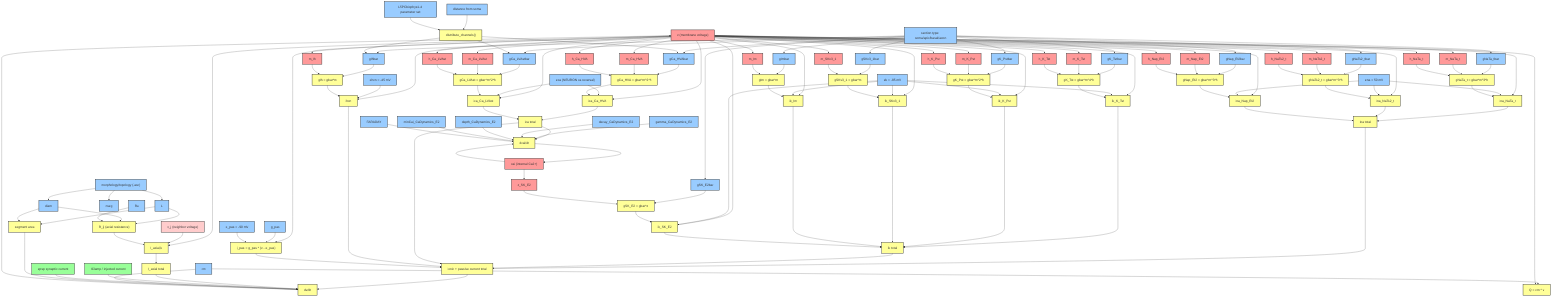
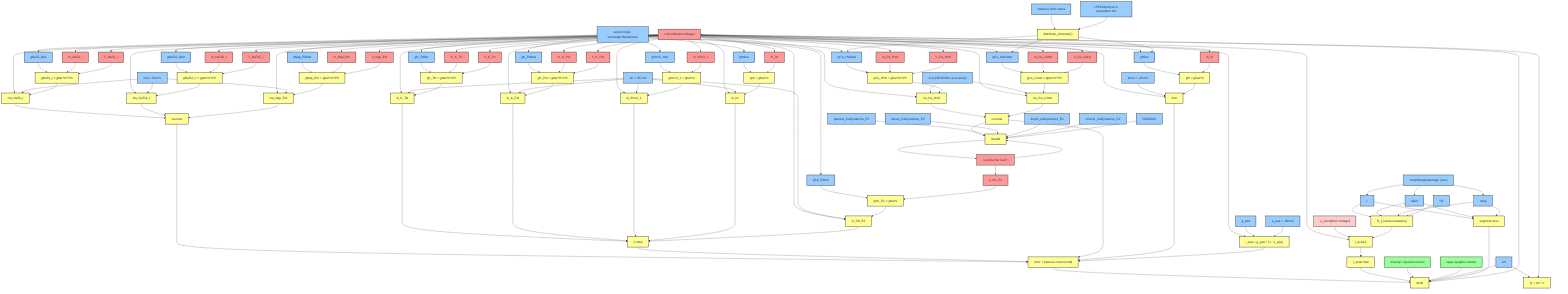
graph TD
    %% Hay et al. 2011 - grafo computazionale compatto, a livello di meccanismi.
    %% Convenzione colori come nel primo grafo:
    %% rosso = variabili di stato, rosa = stato vicino, azzurro = parametri,
    %% giallo = derivate/intermedie, verde = input.

    %% Core state variables
    V["v (membrane voltage)"]:::state
    cai["cai (internal Ca2+)"]:::state

    %% Morphology and cable coupling
    morphology["morphology/topology (.asc)"]:::param
    L["L"]:::param
    diam["diam"]:::param
    nseg["nseg"]:::param
    Ra["Ra"]:::param
    cm["cm"]:::param
    area["segment area"]:::derived
    Rij["R_ij (axial resistance)"]:::derived
    Vj["v_j (neighbor voltage)"]:::state_other
    Iax_k["I_axial,k"]:::derived
    Iax["I_axial total"]:::derived

    morphology --> L
    morphology --> diam
    morphology --> nseg
    L --> area
    diam --> area
+     nseg --> area
    L --> Rij
    diam --> Rij
+     nseg --> Rij
    Ra --> Rij
    V --> Iax_k
    Vj --> Iax_k
    Rij --> Iax_k
    Iax_k --> Iax

    %% Ion reversal potentials and fixed reversal parameters
    ena["ena = 50 mV"]:::param
    ek["ek = -85 mV"]:::param
    eca["eca (NEURON ca reversal)"]:::param
    ehcn["ehcn = -45 mV"]:::param
    e_pas["e_pas = -90 mV"]:::param

    %% Passive current
    g_pas["g_pas"]:::param
    I_pas["i_pas = g_pas * (v - e_pas)"]:::derived
    V --> I_pas
    g_pas --> I_pas
    e_pas --> I_pas

    %% Sodium mechanisms
    gbar_NaTa["gNaTa_tbar"]:::param
    gbar_NaTs2["gNaTs2_tbar"]:::param
    gbar_Nap["gNap_Et2bar"]:::param
    m_NaTa["m_NaTa_t"]:::state
    h_NaTa["h_NaTa_t"]:::state
    m_NaTs2["m_NaTs2_t"]:::state
    h_NaTs2["h_NaTs2_t"]:::state
    m_Nap["m_Nap_Et2"]:::state
    h_Nap["h_Nap_Et2"]:::state
    g_NaTa["gNaTa_t = gbar*m^3*h"]:::derived
    g_NaTs2["gNaTs2_t = gbar*m^3*h"]:::derived
    g_Nap["gNap_Et2 = gbar*m^3*h"]:::derived
    I_NaTa["ina_NaTa_t"]:::derived
    I_NaTs2["ina_NaTs2_t"]:::derived
    I_Nap["ina_Nap_Et2"]:::derived
    I_Na_total["ina total"]:::derived

    V --> m_NaTa
    V --> h_NaTa
    V --> m_NaTs2
    V --> h_NaTs2
    V --> m_Nap
    V --> h_Nap
    gbar_NaTa --> g_NaTa
    m_NaTa --> g_NaTa
    h_NaTa --> g_NaTa
    gbar_NaTs2 --> g_NaTs2
    m_NaTs2 --> g_NaTs2
    h_NaTs2 --> g_NaTs2
    gbar_Nap --> g_Nap
    m_Nap --> g_Nap
    h_Nap --> g_Nap
    V --> I_NaTa
    ena --> I_NaTa
    g_NaTa --> I_NaTa
    V --> I_NaTs2
    ena --> I_NaTs2
    g_NaTs2 --> I_NaTs2
    V --> I_Nap
    ena --> I_Nap
    g_Nap --> I_Nap
    I_NaTa --> I_Na_total
    I_NaTs2 --> I_Na_total
    I_Nap --> I_Na_total

    %% Potassium voltage-gated and calcium-gated mechanisms
    gbar_KT["gK_Tstbar"]:::param
    gbar_KP["gK_Pstbar"]:::param
    gbar_SKv["gSKv3_1bar"]:::param
    gbar_Im["gImbar"]:::param
    gbar_SKE2["gSK_E2bar"]:::param
    m_KT["m_K_Tst"]:::state
    h_KT["h_K_Tst"]:::state
    m_KP["m_K_Pst"]:::state
    h_KP["h_K_Pst"]:::state
    m_SKv["m_SKv3_1"]:::state
    m_Im["m_Im"]:::state
    z_SKE2["z_SK_E2"]:::state
    g_KT["gK_Tst = gbar*m^4*h"]:::derived
    g_KP["gK_Pst = gbar*m^2*h"]:::derived
    g_SKv["gSKv3_1 = gbar*m"]:::derived
    g_Im["gIm = gbar*m"]:::derived
    g_SKE2["gSK_E2 = gbar*z"]:::derived
    I_KT["ik_K_Tst"]:::derived
    I_KP["ik_K_Pst"]:::derived
    I_SKv["ik_SKv3_1"]:::derived
    I_Im["ik_Im"]:::derived
    I_SKE2["ik_SK_E2"]:::derived
    I_K_total["ik total"]:::derived

    V --> m_KT
    V --> h_KT
    V --> m_KP
    V --> h_KP
    V --> m_SKv
    V --> m_Im
    cai --> z_SKE2
    gbar_KT --> g_KT
    m_KT --> g_KT
    h_KT --> g_KT
    gbar_KP --> g_KP
    m_KP --> g_KP
    h_KP --> g_KP
    gbar_SKv --> g_SKv
    m_SKv --> g_SKv
    gbar_Im --> g_Im
    m_Im --> g_Im
    gbar_SKE2 --> g_SKE2
    z_SKE2 --> g_SKE2
    V --> I_KT
    ek --> I_KT
    g_KT --> I_KT
    V --> I_KP
    ek --> I_KP
    g_KP --> I_KP
    V --> I_SKv
    ek --> I_SKv
    g_SKv --> I_SKv
    V --> I_Im
    ek --> I_Im
    g_Im --> I_Im
    V --> I_SKE2
    ek --> I_SKE2
    g_SKE2 --> I_SKE2
    I_KT --> I_K_total
    I_KP --> I_K_total
    I_SKv --> I_K_total
    I_Im --> I_K_total
    I_SKE2 --> I_K_total

    %% Calcium mechanisms and calcium dynamics
    gbar_CaHVA["gCa_HVAbar"]:::param
    gbar_CaLVA["gCa_LVAstbar"]:::param
    m_CaHVA["m_Ca_HVA"]:::state
    h_CaHVA["h_Ca_HVA"]:::state
    m_CaLVA["m_Ca_LVAst"]:::state
    h_CaLVA["h_Ca_LVAst"]:::state
    g_CaHVA["gCa_HVA = gbar*m^2*h"]:::derived
    g_CaLVA["gCa_LVAst = gbar*m^2*h"]:::derived
    I_CaHVA["ica_Ca_HVA"]:::derived
    I_CaLVA["ica_Ca_LVAst"]:::derived
    ica_total["ica total"]:::derived
    gamma["gamma_CaDynamics_E2"]:::param
    decay["decay_CaDynamics_E2"]:::param
    depth["depth_CaDynamics_E2"]:::param
    minCai["minCai_CaDynamics_E2"]:::param
    faraday["FARADAY"]:::param
    dcai_dt["dcai/dt"]:::derived

    V --> m_CaHVA
    V --> h_CaHVA
    V --> m_CaLVA
    V --> h_CaLVA
    gbar_CaHVA --> g_CaHVA
    m_CaHVA --> g_CaHVA
    h_CaHVA --> g_CaHVA
    gbar_CaLVA --> g_CaLVA
    m_CaLVA --> g_CaLVA
    h_CaLVA --> g_CaLVA
    V --> I_CaHVA
    eca --> I_CaHVA
    g_CaHVA --> I_CaHVA
    V --> I_CaLVA
    eca --> I_CaLVA
    g_CaLVA --> I_CaLVA
    I_CaHVA --> ica_total
    I_CaLVA --> ica_total
    ica_total --> dcai_dt
    cai --> dcai_dt
    gamma --> dcai_dt
    decay --> dcai_dt
    depth --> dcai_dt
    minCai --> dcai_dt
    faraday --> dcai_dt
    dcai_dt --> cai

    %% Ih mechanism
    gbar_Ih["gIhbar"]:::param
    m_Ih["m_Ih"]:::state
    g_Ih["gIh = gbar*m"]:::derived
    I_Ih["ihcn"]:::derived

    V --> m_Ih
    gbar_Ih --> g_Ih
    m_Ih --> g_Ih
    V --> I_Ih
    ehcn --> I_Ih
    g_Ih --> I_Ih

    %% External inputs and final voltage update
    IClamp["IClamp / injected current"]:::input
    epsp["epsp synaptic current"]:::input
    I_membrane["ionic + passive current total"]:::derived
    dVdt["dv/dt"]:::derived
    Q["Q = cm * v"]:::derived

    I_Na_total --> I_membrane
    I_K_total --> I_membrane
    ica_total --> I_membrane
    I_Ih --> I_membrane
    I_pas --> I_membrane
    I_membrane --> dVdt
    Iax --> dVdt
    IClamp --> dVdt
    epsp --> dVdt
    cm --> dVdt
    area --> dVdt
    dVdt --> V
    cm --> Q
    V --> Q

    %% Spatial distribution of mechanisms
    section_type["section type: soma/apic/basal/axon"]:::param
    distance_soma["distance from soma"]:::param
    distribution_rule["distribute_channels()"]:::derived
    model_set["L5PCbiophys1-4 parameter set"]:::param

    section_type --> gbar_NaTa
    section_type --> gbar_NaTs2
    section_type --> gbar_Nap
    section_type --> gbar_KT
    section_type --> gbar_KP
    section_type --> gbar_SKv
    section_type --> gbar_Im
    section_type --> gbar_SKE2
    section_type --> gbar_CaHVA
    section_type --> gbar_CaLVA
    section_type --> gbar_Ih
    distance_soma --> distribution_rule
    model_set --> distribution_rule
    distribution_rule --> gbar_Ih
    distribution_rule --> gbar_CaHVA
    distribution_rule --> gbar_CaLVA

    classDef state fill:#ff9999,stroke:#333,stroke-width:2px
    classDef state_other fill:#ffcccc,stroke:#333,stroke-width:2px
    classDef param fill:#99ccff,stroke:#333,stroke-width:2px
    classDef derived fill:#ffff99,stroke:#333,stroke-width:2px
    classDef input fill:#99ff99,stroke:#333,stroke-width:2px

    class V,cai,m_NaTa,h_NaTa,m_NaTs2,h_NaTs2,m_Nap,h_Nap,m_KT,h_KT,m_KP,h_KP,m_SKv,m_Im,z_SKE2,m_CaHVA,h_CaHVA,m_CaLVA,h_CaLVA,m_Ih state
    class Vj state_other
    class morphology,L,diam,nseg,Ra,cm,ena,ek,eca,ehcn,e_pas,g_pas,gbar_NaTa,gbar_NaTs2,gbar_Nap,gbar_KT,gbar_KP,gbar_SKv,gbar_Im,gbar_SKE2,gbar_CaHVA,gbar_CaLVA,gamma,decay,depth,minCai,faraday,gbar_Ih,section_type,distance_soma,model_set param
    class area,Rij,Iax_k,Iax,I_pas,g_NaTa,g_NaTs2,g_Nap,I_NaTa,I_NaTs2,I_Nap,I_Na_total,g_KT,g_KP,g_SKv,g_Im,g_SKE2,I_KT,I_KP,I_SKv,I_Im,I_SKE2,I_K_total,g_CaHVA,g_CaLVA,I_CaHVA,I_CaLVA,ica_total,dcai_dt,g_Ih,I_Ih,I_membrane,dVdt,Q,distribution_rule derived
    class IClamp,epsp input
- 
-     %% Direct styles for Mermaid renderers that ignore classDef/class.
-     style V fill:#ff9999,stroke:#333,stroke-width:2px
-     style cai fill:#ff9999,stroke:#333,stroke-width:2px
-     style m_NaTa fill:#ff9999,stroke:#333,stroke-width:2px
-     style h_NaTa fill:#ff9999,stroke:#333,stroke-width:2px
-     style m_NaTs2 fill:#ff9999,stroke:#333,stroke-width:2px
-     style h_NaTs2 fill:#ff9999,stroke:#333,stroke-width:2px
-     style m_Nap fill:#ff9999,stroke:#333,stroke-width:2px
-     style h_Nap fill:#ff9999,stroke:#333,stroke-width:2px
-     style m_KT fill:#ff9999,stroke:#333,stroke-width:2px
-     style h_KT fill:#ff9999,stroke:#333,stroke-width:2px
-     style m_KP fill:#ff9999,stroke:#333,stroke-width:2px
-     style h_KP fill:#ff9999,stroke:#333,stroke-width:2px
-     style m_SKv fill:#ff9999,stroke:#333,stroke-width:2px
-     style m_Im fill:#ff9999,stroke:#333,stroke-width:2px
-     style z_SKE2 fill:#ff9999,stroke:#333,stroke-width:2px
-     style m_CaHVA fill:#ff9999,stroke:#333,stroke-width:2px
-     style h_CaHVA fill:#ff9999,stroke:#333,stroke-width:2px
-     style m_CaLVA fill:#ff9999,stroke:#333,stroke-width:2px
-     style h_CaLVA fill:#ff9999,stroke:#333,stroke-width:2px
-     style m_Ih fill:#ff9999,stroke:#333,stroke-width:2px
-     style Vj fill:#ffcccc,stroke:#333,stroke-width:2px
- 
-     style morphology fill:#99ccff,stroke:#333,stroke-width:2px
-     style L fill:#99ccff,stroke:#333,stroke-width:2px
-     style diam fill:#99ccff,stroke:#333,stroke-width:2px
-     style nseg fill:#99ccff,stroke:#333,stroke-width:2px
-     style Ra fill:#99ccff,stroke:#333,stroke-width:2px
-     style cm fill:#99ccff,stroke:#333,stroke-width:2px
-     style ena fill:#99ccff,stroke:#333,stroke-width:2px
-     style ek fill:#99ccff,stroke:#333,stroke-width:2px
-     style eca fill:#99ccff,stroke:#333,stroke-width:2px
-     style ehcn fill:#99ccff,stroke:#333,stroke-width:2px
-     style e_pas fill:#99ccff,stroke:#333,stroke-width:2px
-     style g_pas fill:#99ccff,stroke:#333,stroke-width:2px
-     style gbar_NaTa fill:#99ccff,stroke:#333,stroke-width:2px
-     style gbar_NaTs2 fill:#99ccff,stroke:#333,stroke-width:2px
-     style gbar_Nap fill:#99ccff,stroke:#333,stroke-width:2px
-     style gbar_KT fill:#99ccff,stroke:#333,stroke-width:2px
-     style gbar_KP fill:#99ccff,stroke:#333,stroke-width:2px
-     style gbar_SKv fill:#99ccff,stroke:#333,stroke-width:2px
-     style gbar_Im fill:#99ccff,stroke:#333,stroke-width:2px
-     style gbar_SKE2 fill:#99ccff,stroke:#333,stroke-width:2px
-     style gbar_CaHVA fill:#99ccff,stroke:#333,stroke-width:2px
-     style gbar_CaLVA fill:#99ccff,stroke:#333,stroke-width:2px
-     style gamma fill:#99ccff,stroke:#333,stroke-width:2px
-     style decay fill:#99ccff,stroke:#333,stroke-width:2px
-     style depth fill:#99ccff,stroke:#333,stroke-width:2px
-     style minCai fill:#99ccff,stroke:#333,stroke-width:2px
-     style faraday fill:#99ccff,stroke:#333,stroke-width:2px
-     style gbar_Ih fill:#99ccff,stroke:#333,stroke-width:2px
-     style section_type fill:#99ccff,stroke:#333,stroke-width:2px
-     style distance_soma fill:#99ccff,stroke:#333,stroke-width:2px
-     style model_set fill:#99ccff,stroke:#333,stroke-width:2px
- 
-     style area fill:#ffff99,stroke:#333,stroke-width:2px
-     style Rij fill:#ffff99,stroke:#333,stroke-width:2px
-     style Iax_k fill:#ffff99,stroke:#333,stroke-width:2px
-     style Iax fill:#ffff99,stroke:#333,stroke-width:2px
-     style I_pas fill:#ffff99,stroke:#333,stroke-width:2px
-     style g_NaTa fill:#ffff99,stroke:#333,stroke-width:2px
-     style g_NaTs2 fill:#ffff99,stroke:#333,stroke-width:2px
-     style g_Nap fill:#ffff99,stroke:#333,stroke-width:2px
-     style I_NaTa fill:#ffff99,stroke:#333,stroke-width:2px
-     style I_NaTs2 fill:#ffff99,stroke:#333,stroke-width:2px
-     style I_Nap fill:#ffff99,stroke:#333,stroke-width:2px
-     style I_Na_total fill:#ffff99,stroke:#333,stroke-width:2px
-     style g_KT fill:#ffff99,stroke:#333,stroke-width:2px
-     style g_KP fill:#ffff99,stroke:#333,stroke-width:2px
-     style g_SKv fill:#ffff99,stroke:#333,stroke-width:2px
-     style g_Im fill:#ffff99,stroke:#333,stroke-width:2px
-     style g_SKE2 fill:#ffff99,stroke:#333,stroke-width:2px
-     style I_KT fill:#ffff99,stroke:#333,stroke-width:2px
-     style I_KP fill:#ffff99,stroke:#333,stroke-width:2px
-     style I_SKv fill:#ffff99,stroke:#333,stroke-width:2px
-     style I_Im fill:#ffff99,stroke:#333,stroke-width:2px
-     style I_SKE2 fill:#ffff99,stroke:#333,stroke-width:2px
-     style I_K_total fill:#ffff99,stroke:#333,stroke-width:2px
-     style g_CaHVA fill:#ffff99,stroke:#333,stroke-width:2px
-     style g_CaLVA fill:#ffff99,stroke:#333,stroke-width:2px
-     style I_CaHVA fill:#ffff99,stroke:#333,stroke-width:2px
-     style I_CaLVA fill:#ffff99,stroke:#333,stroke-width:2px
-     style ica_total fill:#ffff99,stroke:#333,stroke-width:2px
-     style dcai_dt fill:#ffff99,stroke:#333,stroke-width:2px
-     style g_Ih fill:#ffff99,stroke:#333,stroke-width:2px
-     style I_Ih fill:#ffff99,stroke:#333,stroke-width:2px
-     style I_membrane fill:#ffff99,stroke:#333,stroke-width:2px
-     style dVdt fill:#ffff99,stroke:#333,stroke-width:2px
-     style Q fill:#ffff99,stroke:#333,stroke-width:2px
-     style distribution_rule fill:#ffff99,stroke:#333,stroke-width:2px
- 
-     style IClamp fill:#99ff99,stroke:#333,stroke-width:2px
-     style epsp fill:#99ff99,stroke:#333,stroke-width:2px
